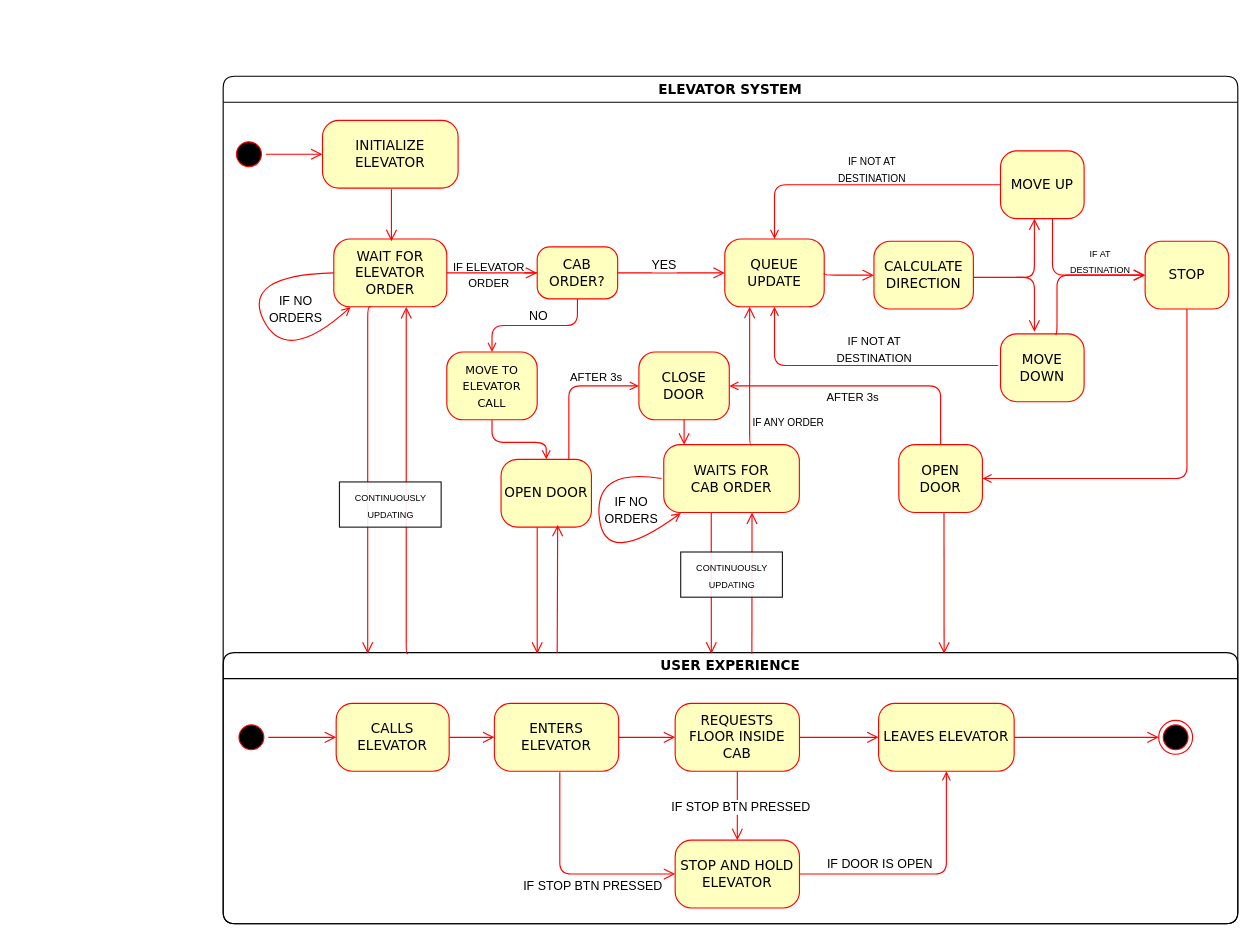
Earlier version of the draw.io diagram Media/tilstandsdiagram.drawio (sjur2k/heislab_V2024). Source tidied: cells renumbered, new cells numbered last; positions are measured from the earlier drawing's top-left corner, leaving out a move shared by most shapes. Both pictures are drawn from the tidied source at 113%, with x=0, y=0 at pixel (19, 19).
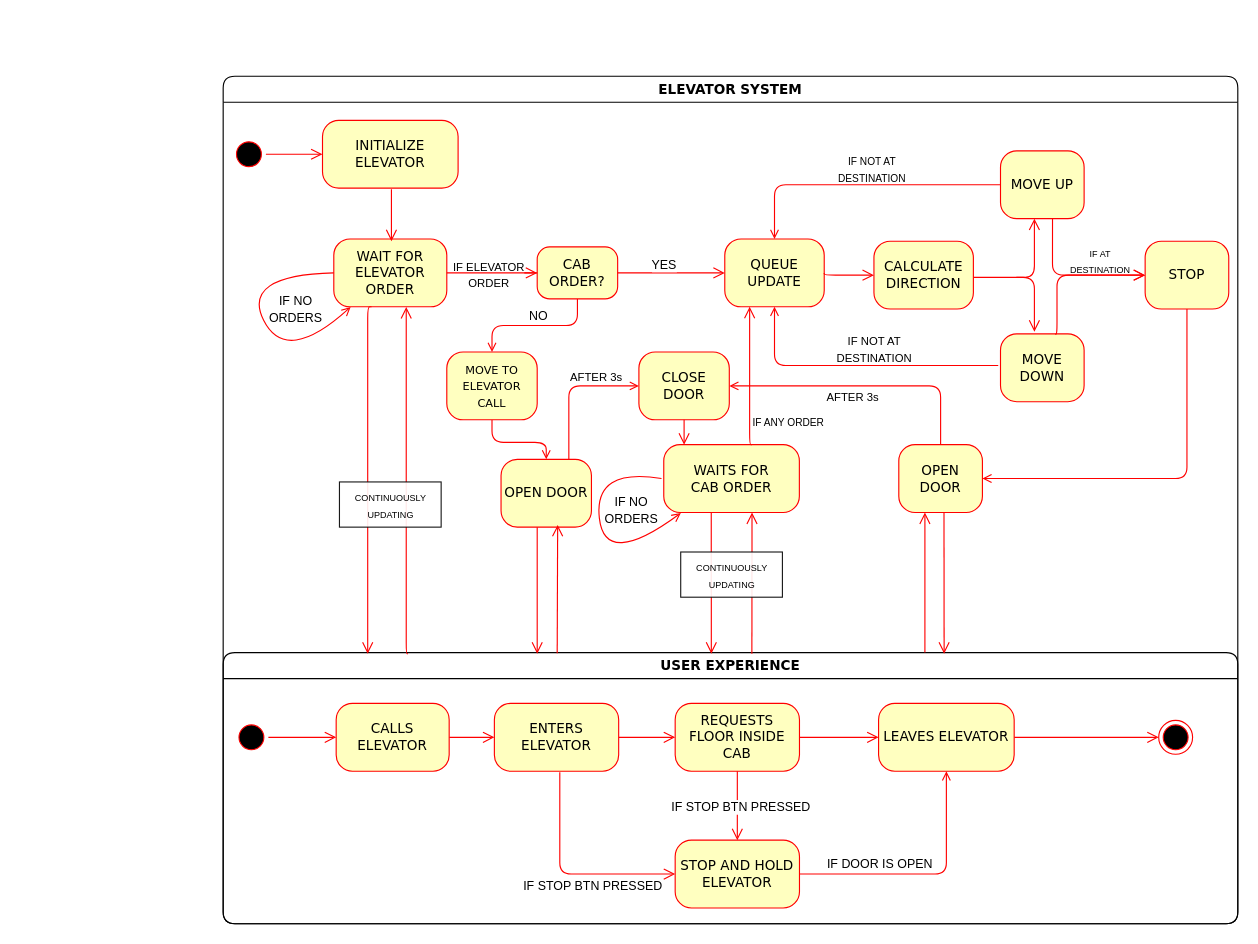
After the change.

Unchanged cells that the change refers to:
```xml
<mxCell id="78" value="ELEVATOR SYSTEM" style="swimlane;whiteSpace=wrap;html=1;rounded=1;shadow=0;comic=0;labelBackgroundColor=none;strokeWidth=1;fontFamily=Verdana;fontSize=12;align=center;" parent="1" vertex="1">
  <mxGeometry x="180" y="50" width="897.9" height="750" as="geometry" />
</mxCell>
```

Change to the diagram source:
```diff
@@
+    <mxCell id="79" style="edgeStyle=elbowEdgeStyle;html=1;labelBackgroundColor=none;endArrow=open;endSize=8;strokeColor=#ff0000;fontFamily=Verdana;fontSize=12;align=left;" parent="78" edge="1">
+      <mxGeometry relative="1" as="geometry">
+        <mxPoint x="621" y="510" as="sourcePoint" />
+        <mxPoint x="621.2" y="386" as="targetPoint" />
+      </mxGeometry>
+    </mxCell>
```
